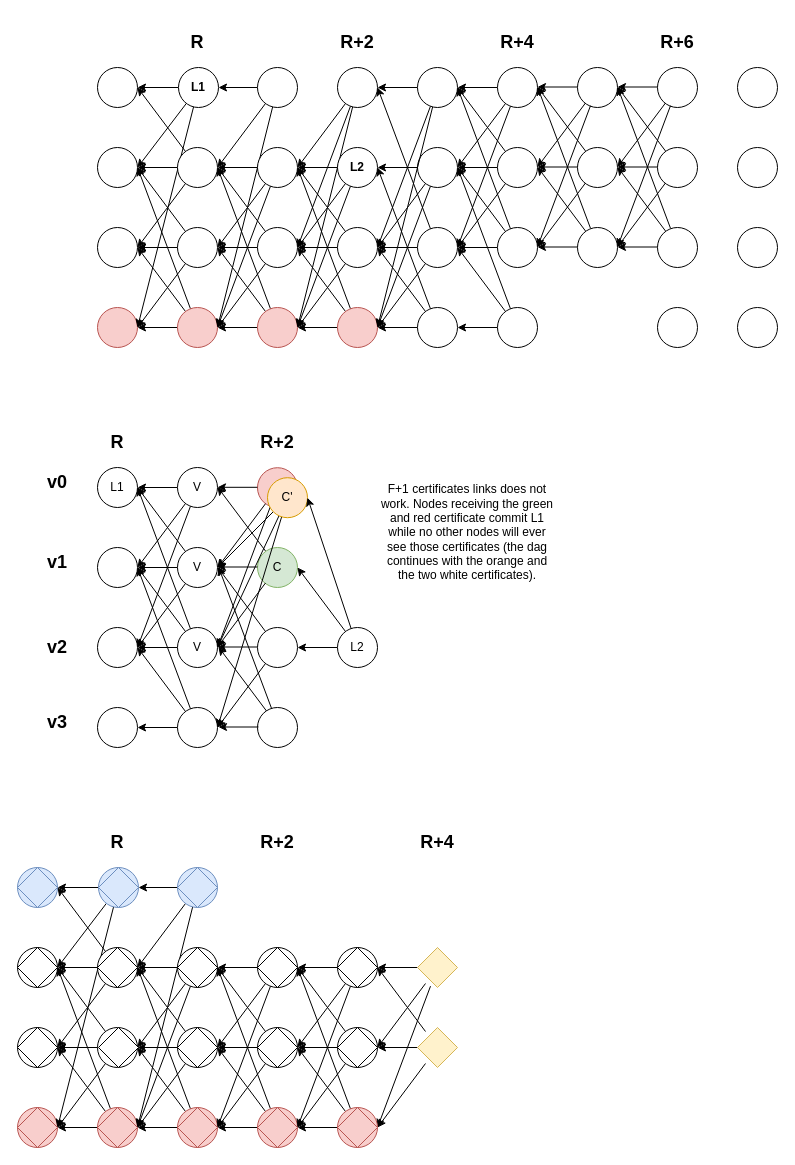
Earlier version of the draw.io diagram dag.drawio (asonnino/various-diagrams). Source tidied: cells renumbered, new cells numbered last; positions are measured from the earlier drawing's top-left corner, leaving out a move shared by most shapes. Both pictures are drawn from the tidied source at 100%, with x=0, y=0 at pixel (17, 27).
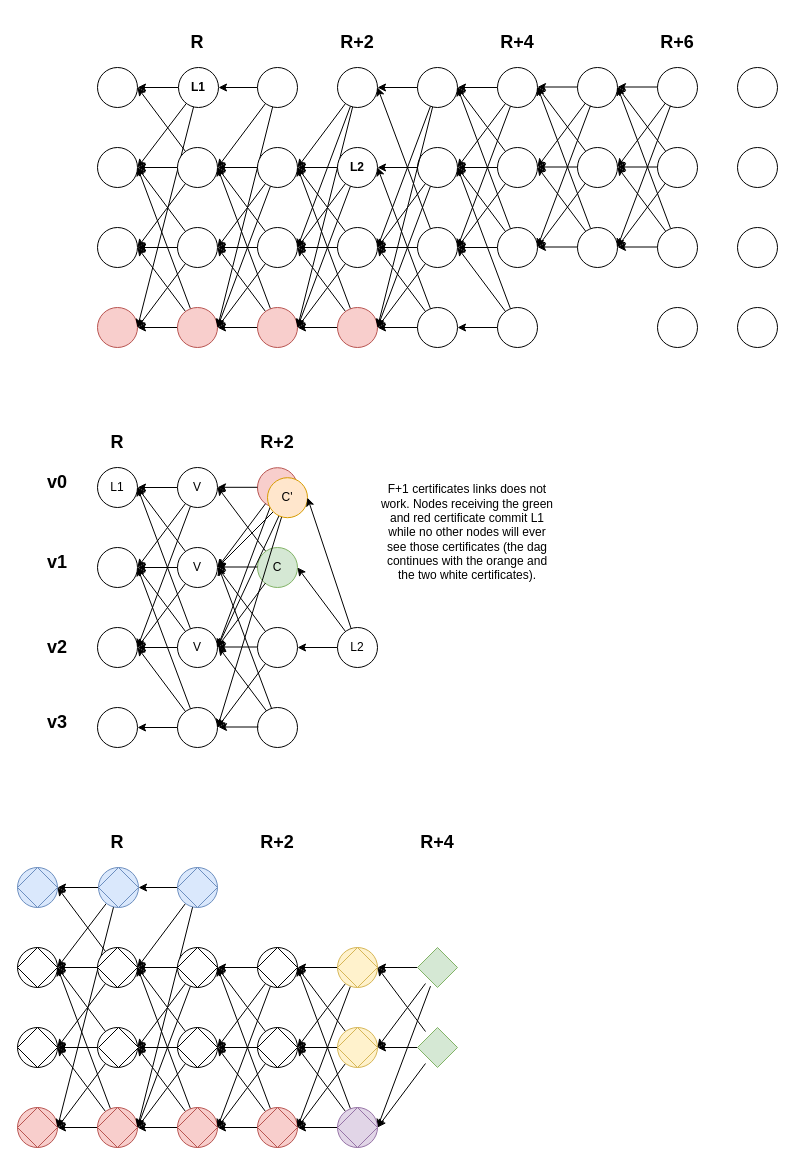
After the change.

What changed in the source:
```diff
@@
-    <mxCell id="223" style="ellipse;whiteSpace=wrap;html=1;" parent="1" vertex="1">
+    <mxCell id="223" style="ellipse;whiteSpace=wrap;html=1;fillColor=#fff2cc;strokeColor=#d6b656;" parent="1" vertex="1">
       <mxGeometry x="320" y="920" width="40" height="40" as="geometry" />
     </mxCell>
@@
-    <mxCell id="227" style="ellipse;whiteSpace=wrap;html=1;" parent="1" vertex="1">
+    <mxCell id="227" style="ellipse;whiteSpace=wrap;html=1;fillColor=#fff2cc;strokeColor=#d6b656;" parent="1" vertex="1">
       <mxGeometry x="320" y="1000" width="40" height="40" as="geometry" />
     </mxCell>
@@
-    <mxCell id="237" style="ellipse;whiteSpace=wrap;html=1;fillColor=#f8cecc;strokeColor=#b85450;" parent="1" vertex="1">
+    <mxCell id="237" style="ellipse;whiteSpace=wrap;html=1;fillColor=#e1d5e7;strokeColor=#9673a6;" parent="1" vertex="1">
       <mxGeometry x="320" y="1080" width="40" height="40" as="geometry" />
     </mxCell>
@@
-    <mxCell id="254" style="rhombus;whiteSpace=wrap;html=1;" parent="1" vertex="1">
+    <mxCell id="254" style="rhombus;whiteSpace=wrap;html=1;fillColor=#fff2cc;strokeColor=#d6b656;" parent="1" vertex="1">
       <mxGeometry x="320" y="920" width="40" height="40" as="geometry" />
     </mxCell>
-    <mxCell id="255" style="rhombus;whiteSpace=wrap;html=1;fillColor=#fff2cc;strokeColor=#d6b656;" parent="1" vertex="1">
+    <mxCell id="255" style="rhombus;whiteSpace=wrap;html=1;fillColor=#d5e8d4;strokeColor=#82b366;" parent="1" vertex="1">
       <mxGeometry x="400" y="920" width="40" height="40" as="geometry" />
     </mxCell>
@@
-    <mxCell id="257" style="rhombus;whiteSpace=wrap;html=1;" parent="1" vertex="1">
+    <mxCell id="257" style="rhombus;whiteSpace=wrap;html=1;fillColor=#fff2cc;strokeColor=#d6b656;" parent="1" vertex="1">
       <mxGeometry x="320" y="1000" width="40" height="40" as="geometry" />
     </mxCell>
-    <mxCell id="258" style="rhombus;whiteSpace=wrap;html=1;fillColor=#fff2cc;strokeColor=#d6b656;" parent="1" vertex="1">
+    <mxCell id="258" style="rhombus;whiteSpace=wrap;html=1;fillColor=#d5e8d4;strokeColor=#82b366;" parent="1" vertex="1">
       <mxGeometry x="400" y="1000" width="40" height="40" as="geometry" />
     </mxCell>
@@
-    <mxCell id="260" style="rhombus;whiteSpace=wrap;html=1;fillColor=#f8cecc;strokeColor=#b85450;" parent="1" vertex="1">
+    <mxCell id="260" style="rhombus;whiteSpace=wrap;html=1;fillColor=#e1d5e7;strokeColor=#9673a6;" parent="1" vertex="1">
       <mxGeometry x="320" y="1080" width="40" height="40" as="geometry" />
     </mxCell>
```
